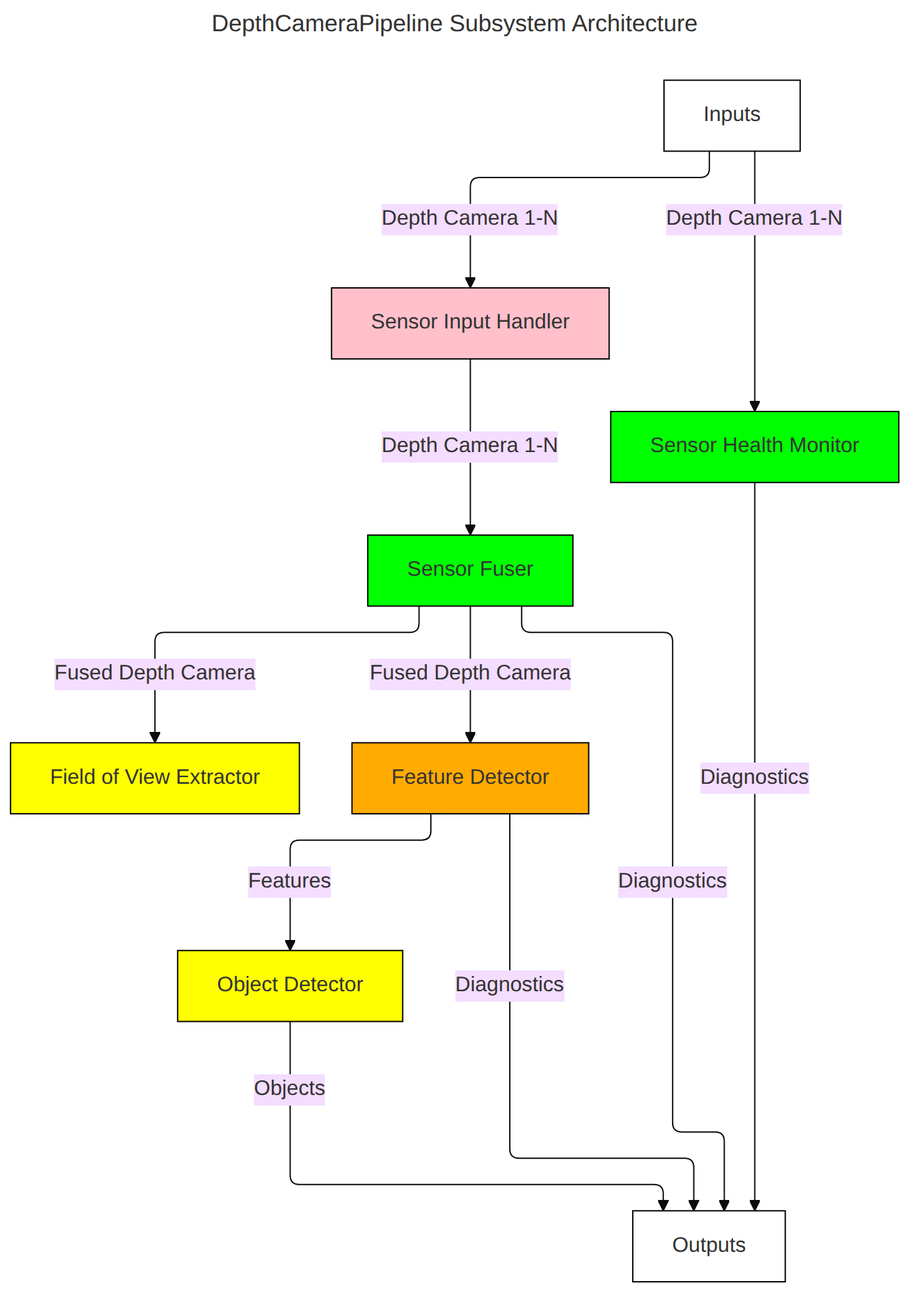
Above: Systems/Perception/Subsystems/DepthCameraPipeline/doc/mermaid/DepthCameraPipelineSubsystemArchitecture.png in fastrobotics/robot_framework (Mermaid), before the change. Its source is kept beside it as Systems/Perception/Subsystems/DepthCameraPipeline/doc/mermaid/DepthCameraPipelineSubsystemArchitecture.mmd.
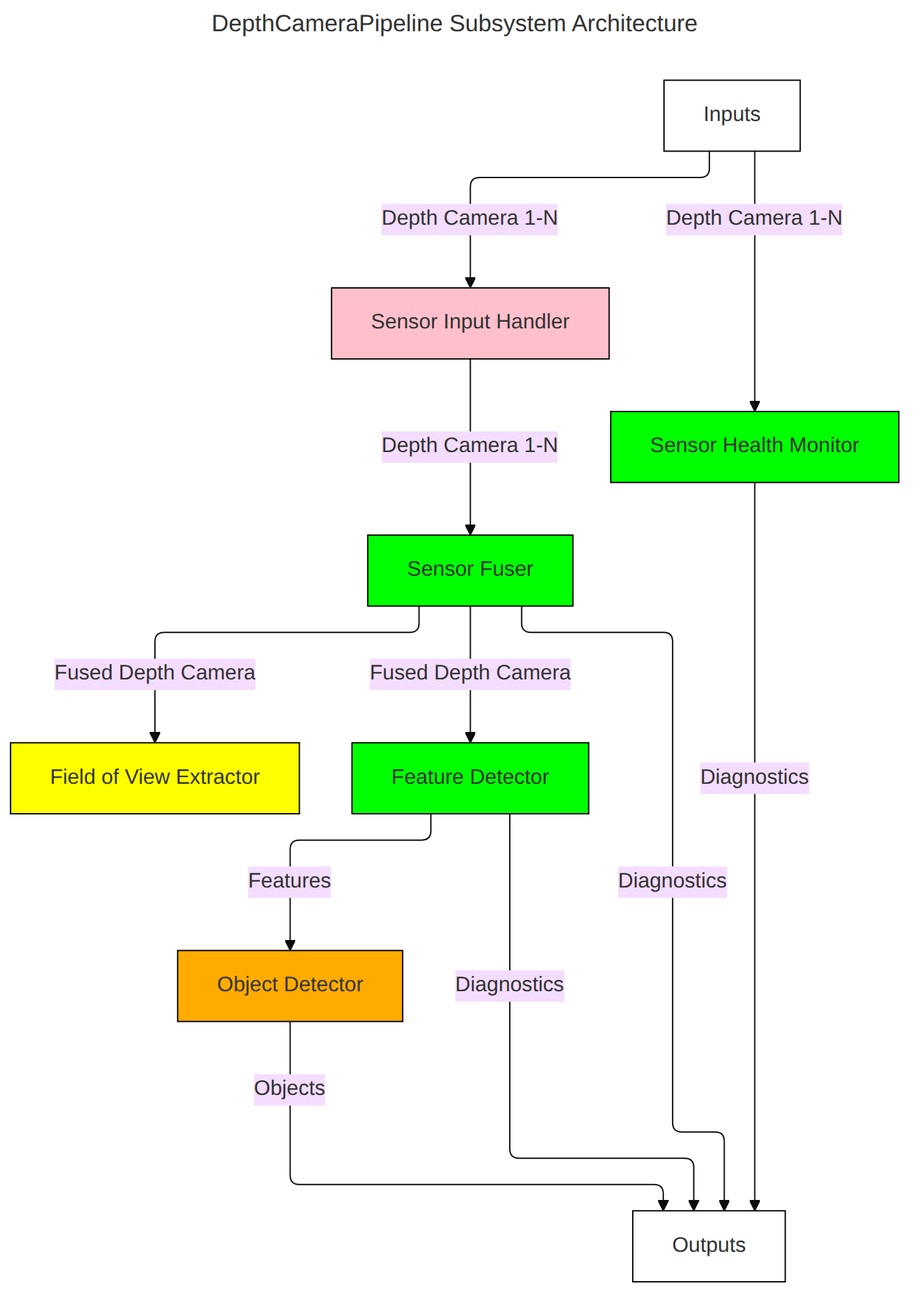
After the commit.

Change to the diagram source:
```diff
@@ -56,6 +56,6 @@
 
     class Inputs,Outputs cssBoundary
     class FOVExtractor,ObjectDetector cssInvestigating
-    class FeatureDetector cssDeveloping
+    class ObjectDetector cssDeveloping
     class SensorInputHandler cssTrivialComplete
-    class SensorHealthMonitor,SensorFuser cssMinimalComplete
+    class SensorHealthMonitor,SensorFuser,FeatureDetector cssMinimalComplete
```
